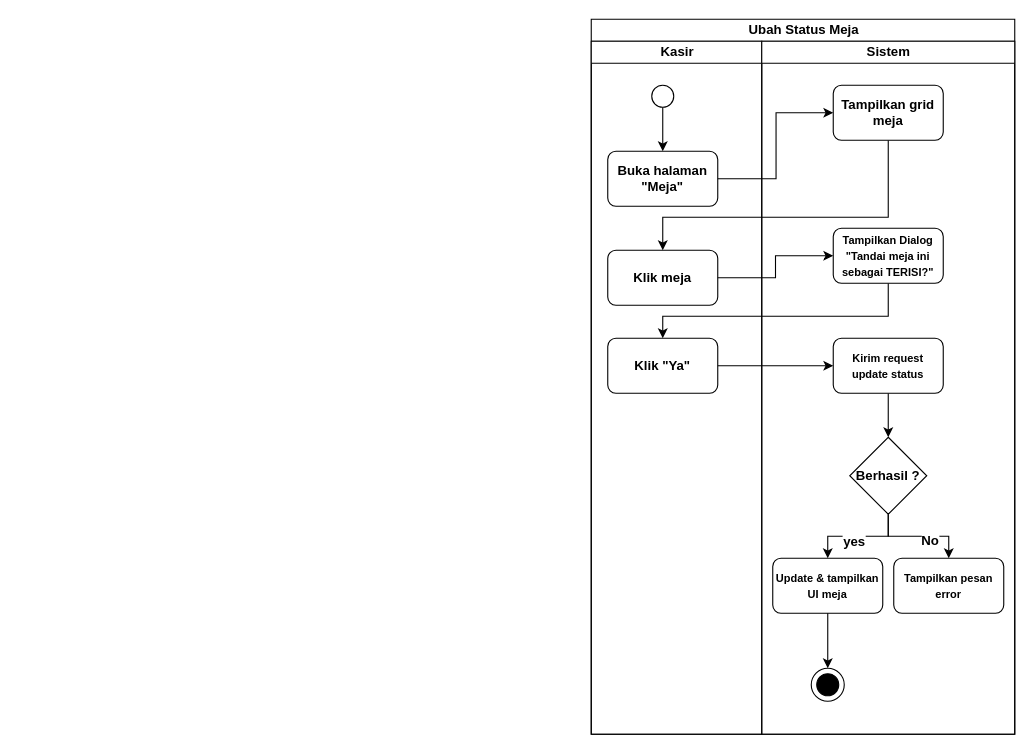
Before: page "Ubah status meja" (15 of 19) of assets/uml/activity-diagram.drawio in RIOKOWI/warmindo_purnama_flutter, a draw.io diagram. Source tidied: cells renumbered, new cells numbered last; positions are measured from the earlier drawing's top-left corner, leaving out a move shared by most shapes. Both pictures are drawn from the tidied source at 110%, with x=0, y=0 at pixel (19, 19).
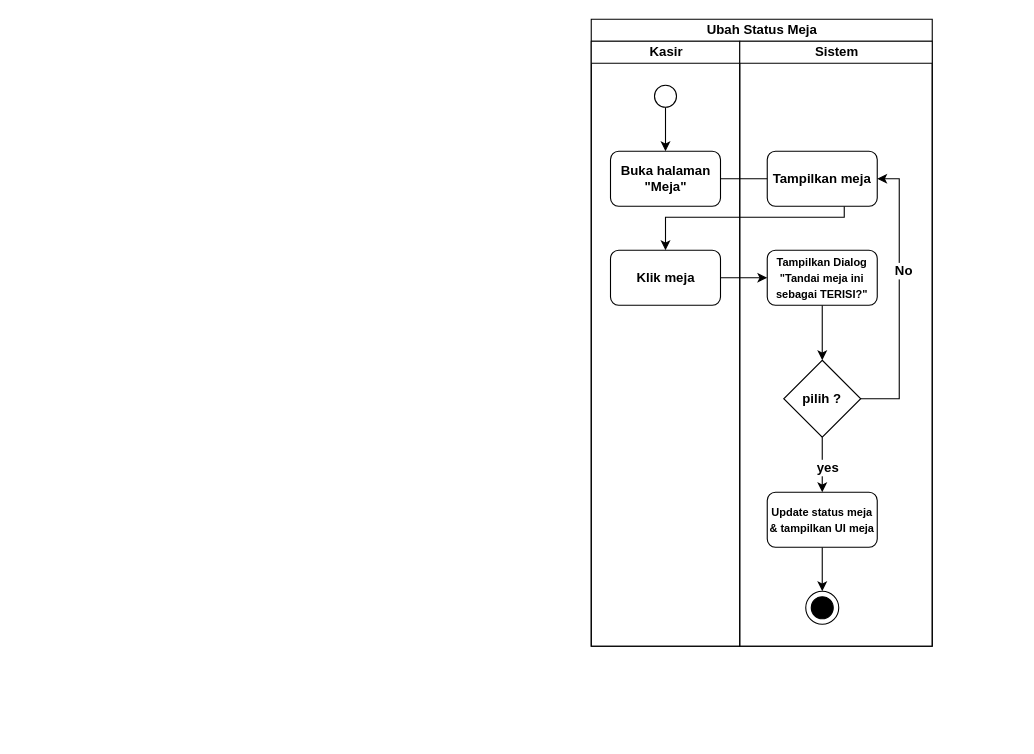
Above is the later version.

Commit message:
docs(uml): refactor activity diagram change table status

The change refers to these unchanged cells:
```xml
<mxCell id="28" style="ellipse;whiteSpace=wrap;html=1;strokeColor=default;align=center;verticalAlign=middle;fontFamily=Helvetica;fontSize=12;fontColor=default;fontStyle=1;fillColor=default;" parent="27" vertex="1">
  <mxGeometry width="30" height="30" as="geometry" />
</mxCell>
```

What changed in the source:
```diff
@@
     <mxCell id="3" value="Ubah Status Meja" style="swimlane;startSize=20;html=1;" parent="1" vertex="1">
-      <mxGeometry x="520" width="385" height="650" as="geometry" />
+      <mxGeometry x="520" width="310" height="570" as="geometry" />
     </mxCell>
     <mxCell id="4" value="Kasir" style="swimlane;startSize=20;html=1;" parent="3" vertex="1">
-      <mxGeometry y="20" width="155" height="630" as="geometry" />
+      <mxGeometry y="20" width="135" height="550" as="geometry" />
     </mxCell>
@@
     <mxCell id="6" style="ellipse;whiteSpace=wrap;html=1;strokeColor=default;align=center;verticalAlign=middle;fontFamily=Helvetica;fontSize=12;fontColor=default;fontStyle=1;fillColor=default;" parent="4" vertex="1">
-      <mxGeometry x="55" y="40" width="20" height="20" as="geometry" />
+      <mxGeometry x="57.5" y="40" width="20" height="20" as="geometry" />
     </mxCell>
     <mxCell id="7" value="Buka halaman &quot;Meja&quot;" style="rounded=1;whiteSpace=wrap;html=1;strokeColor=default;align=center;verticalAlign=middle;fontFamily=Helvetica;fontSize=12;fontColor=default;fontStyle=1;fillColor=default;" parent="4" vertex="1">
-      <mxGeometry x="15" y="100" width="100" height="50" as="geometry" />
+      <mxGeometry x="17.5" y="100" width="100" height="50" as="geometry" />
     </mxCell>
     <mxCell id="8" value="Klik meja" style="rounded=1;whiteSpace=wrap;html=1;strokeColor=default;align=center;verticalAlign=middle;fontFamily=Helvetica;fontSize=12;fontColor=default;fontStyle=1;fillColor=default;" parent="4" vertex="1">
-      <mxGeometry x="15" y="190" width="100" height="50" as="geometry" />
+      <mxGeometry x="17.5" y="190" width="100" height="50" as="geometry" />
     </mxCell>
-    <mxCell id="9" value="Klik &quot;Ya&quot;" style="rounded=1;whiteSpace=wrap;html=1;strokeColor=default;align=center;verticalAlign=middle;fontFamily=Helvetica;fontSize=12;fontColor=default;fontStyle=1;fillColor=default;" parent="4" vertex="1">
-      <mxGeometry x="15" y="270" width="100" height="50" as="geometry" />
-    </mxCell>
     <mxCell id="10" style="edgeStyle=orthogonalEdgeStyle;shape=connector;rounded=0;html=1;entryX=0;entryY=0.5;entryDx=0;entryDy=0;strokeColor=default;align=center;verticalAlign=middle;fontFamily=Helvetica;fontSize=12;fontColor=default;fontStyle=1;labelBackgroundColor=default;endArrow=classic;" parent="3" edge="1" source="7" target="16">
       <mxGeometry relative="1" as="geometry">
         <Array as="points">
-          <mxPoint x="168" y="145" />
-          <mxPoint x="168" y="85" />
+          <mxPoint x="190" y="145" />
+          <mxPoint x="190" y="145" />
         </Array>
       </mxGeometry>
     </mxCell>
     <mxCell id="11" style="edgeStyle=orthogonalEdgeStyle;shape=connector;rounded=0;html=1;entryX=0.5;entryY=0;entryDx=0;entryDy=0;strokeColor=default;align=center;verticalAlign=middle;fontFamily=Helvetica;fontSize=12;fontColor=default;fontStyle=1;labelBackgroundColor=default;endArrow=classic;" parent="3" edge="1" source="16" target="8">
       <mxGeometry relative="1" as="geometry">
         <Array as="points">
-          <mxPoint x="270" y="180" />
-          <mxPoint x="65" y="180" />
+          <mxPoint x="230" y="180" />
+          <mxPoint x="68" y="180" />
+          <mxPoint x="68" y="210" />
         </Array>
       </mxGeometry>
     </mxCell>
@@
-    <mxCell id="13" style="edgeStyle=orthogonalEdgeStyle;shape=connector;rounded=0;html=1;strokeColor=default;align=center;verticalAlign=middle;fontFamily=Helvetica;fontSize=12;fontColor=default;fontStyle=1;labelBackgroundColor=default;endArrow=classic;" parent="3" edge="1" source="22" target="9">
-      <mxGeometry relative="1" as="geometry">
-        <Array as="points">
-          <mxPoint x="270" y="270" />
-          <mxPoint x="65" y="270" />
-        </Array>
-      </mxGeometry>
-    </mxCell>
-    <mxCell id="14" style="edgeStyle=orthogonalEdgeStyle;shape=connector;rounded=0;html=1;strokeColor=default;align=center;verticalAlign=middle;fontFamily=Helvetica;fontSize=12;fontColor=default;fontStyle=1;labelBackgroundColor=default;endArrow=classic;entryX=0;entryY=0.5;entryDx=0;entryDy=0;" parent="3" edge="1" source="9" target="24">
-      <mxGeometry relative="1" as="geometry" />
-    </mxCell>
     <mxCell id="15" value="Sistem" style="swimlane;startSize=20;html=1;" parent="3" vertex="1">
-      <mxGeometry x="155" y="20" width="230" height="630" as="geometry" />
+      <mxGeometry x="135" y="20" width="175" height="550" as="geometry" />
     </mxCell>
-    <mxCell id="16" value="Tampilkan grid meja" style="rounded=1;whiteSpace=wrap;html=1;strokeColor=default;align=center;verticalAlign=middle;fontFamily=Helvetica;fontSize=12;fontColor=default;fontStyle=1;fillColor=default;" parent="15" vertex="1">
-      <mxGeometry x="65" y="40" width="100" height="50" as="geometry" />
+    <mxCell id="16" value="Tampilkan meja" style="rounded=1;whiteSpace=wrap;html=1;strokeColor=default;align=center;verticalAlign=middle;fontFamily=Helvetica;fontSize=12;fontColor=default;fontStyle=1;fillColor=default;" parent="15" vertex="1">
+      <mxGeometry x="25" y="100" width="100" height="50" as="geometry" />
     </mxCell>
@@
-    <mxCell id="19" style="edgeStyle=orthogonalEdgeStyle;shape=connector;rounded=0;html=1;entryX=0.5;entryY=0;entryDx=0;entryDy=0;strokeColor=default;align=center;verticalAlign=middle;fontFamily=Helvetica;fontSize=12;fontColor=default;fontStyle=1;labelBackgroundColor=default;endArrow=classic;" parent="15" edge="1" source="21" target="26">
-      <mxGeometry relative="1" as="geometry" />
+    <mxCell id="19" style="edgeStyle=orthogonalEdgeStyle;shape=connector;rounded=0;html=1;entryX=1;entryY=0.5;entryDx=0;entryDy=0;strokeColor=default;align=center;verticalAlign=middle;fontFamily=Helvetica;fontSize=12;fontColor=default;fontStyle=1;labelBackgroundColor=default;endArrow=classic;" parent="15" edge="1" source="21" target="16">
+      <mxGeometry relative="1" as="geometry">
+        <Array as="points">
+          <mxPoint x="145" y="325" />
+          <mxPoint x="145" y="125" />
+        </Array>
+      </mxGeometry>
     </mxCell>
@@
-    <mxCell id="21" value="Berhasil ?" style="rhombus;whiteSpace=wrap;html=1;strokeColor=default;align=center;verticalAlign=middle;fontFamily=Helvetica;fontSize=12;fontColor=default;fontStyle=1;fillColor=default;" parent="15" vertex="1">
-      <mxGeometry x="80" y="360" width="70" height="70" as="geometry" />
+    <mxCell id="21" value="pilih ?" style="rhombus;whiteSpace=wrap;html=1;strokeColor=default;align=center;verticalAlign=middle;fontFamily=Helvetica;fontSize=12;fontColor=default;fontStyle=1;fillColor=default;" parent="15" vertex="1">
+      <mxGeometry x="40" y="290" width="70" height="70" as="geometry" />
     </mxCell>
+    <mxCell id="31" style="edgeStyle=orthogonalEdgeStyle;shape=connector;curved=0;rounded=0;html=1;entryX=0.5;entryY=0;entryDx=0;entryDy=0;strokeColor=default;align=center;verticalAlign=middle;fontFamily=Helvetica;fontSize=12;fontColor=default;fontStyle=1;labelBackgroundColor=default;endArrow=classic;" parent="15" edge="1" source="22" target="21">
+      <mxGeometry relative="1" as="geometry" />
+    </mxCell>
     <mxCell id="22" value="&lt;font style=&quot;font-size: 10px;&quot;&gt;Tampilkan Dialog &quot;Tandai meja ini sebagai TERISI?&quot;&lt;/font&gt;" style="rounded=1;whiteSpace=wrap;html=1;strokeColor=default;align=center;verticalAlign=middle;fontFamily=Helvetica;fontSize=12;fontColor=default;fontStyle=1;fillColor=default;" parent="15" vertex="1">
-      <mxGeometry x="65" y="170" width="100" height="50" as="geometry" />
+      <mxGeometry x="25" y="190" width="100" height="50" as="geometry" />
     </mxCell>
-    <mxCell id="23" style="edgeStyle=orthogonalEdgeStyle;shape=connector;rounded=0;html=1;entryX=0.5;entryY=0;entryDx=0;entryDy=0;strokeColor=default;align=center;verticalAlign=middle;fontFamily=Helvetica;fontSize=12;fontColor=default;fontStyle=1;labelBackgroundColor=default;endArrow=classic;" parent="15" edge="1" source="24" target="21">
-      <mxGeometry relative="1" as="geometry" />
-    </mxCell>
-    <mxCell id="24" value="&lt;font style=&quot;font-size: 10px;&quot;&gt;Kirim request update status&lt;/font&gt;" style="rounded=1;whiteSpace=wrap;html=1;strokeColor=default;align=center;verticalAlign=middle;fontFamily=Helvetica;fontSize=12;fontColor=default;fontStyle=1;fillColor=default;" parent="15" vertex="1">
-      <mxGeometry x="65" y="270" width="100" height="50" as="geometry" />
-    </mxCell>
+    <mxCell id="30" style="edgeStyle=orthogonalEdgeStyle;shape=connector;curved=0;rounded=0;html=1;entryX=0.5;entryY=0;entryDx=0;entryDy=0;strokeColor=default;align=center;verticalAlign=middle;fontFamily=Helvetica;fontSize=12;fontColor=default;fontStyle=1;labelBackgroundColor=default;endArrow=classic;" parent="15" edge="1" source="25" target="28">
+      <mxGeometry relative="1" as="geometry" />
+    </mxCell>
-    <mxCell id="25" value="&lt;font style=&quot;font-size: 10px;&quot;&gt;Update &amp;amp; tampilkan UI meja&lt;/font&gt;" style="rounded=1;whiteSpace=wrap;html=1;strokeColor=default;align=center;verticalAlign=middle;fontFamily=Helvetica;fontSize=12;fontColor=default;fontStyle=1;fillColor=default;" parent="15" vertex="1">
-      <mxGeometry x="10" y="470" width="100" height="50" as="geometry" />
+    <mxCell id="25" value="&lt;font style=&quot;font-size: 10px;&quot;&gt;Update status meja &amp;amp; tampilkan UI meja&lt;/font&gt;" style="rounded=1;whiteSpace=wrap;html=1;strokeColor=default;align=center;verticalAlign=middle;fontFamily=Helvetica;fontSize=12;fontColor=default;fontStyle=1;fillColor=default;" parent="15" vertex="1">
+      <mxGeometry x="25" y="410" width="100" height="50" as="geometry" />
     </mxCell>
-    <mxCell id="26" value="&lt;font style=&quot;font-size: 10px;&quot;&gt;Tampilkan pesan error&lt;/font&gt;" style="rounded=1;whiteSpace=wrap;html=1;strokeColor=default;align=center;verticalAlign=middle;fontFamily=Helvetica;fontSize=12;fontColor=default;fontStyle=1;fillColor=default;" parent="15" vertex="1">
-      <mxGeometry x="120" y="470" width="100" height="50" as="geometry" />
-    </mxCell>
     <mxCell id="27" style="group;" parent="15" vertex="1">
-      <mxGeometry x="45" y="570" width="30" height="30" as="geometry" />
+      <mxGeometry x="60" y="500" width="30" height="30" as="geometry" />
     </mxCell>
@@
-    <mxCell id="30" style="edgeStyle=orthogonalEdgeStyle;shape=connector;rounded=0;html=1;entryX=0.5;entryY=0;entryDx=0;entryDy=0;strokeColor=default;align=center;verticalAlign=middle;fontFamily=Helvetica;fontSize=12;fontColor=default;fontStyle=1;labelBackgroundColor=default;endArrow=classic;exitX=0.5;exitY=1;exitDx=0;exitDy=0;" parent="15" edge="1" source="25" target="28">
-      <mxGeometry relative="1" as="geometry" />
-    </mxCell>
```
